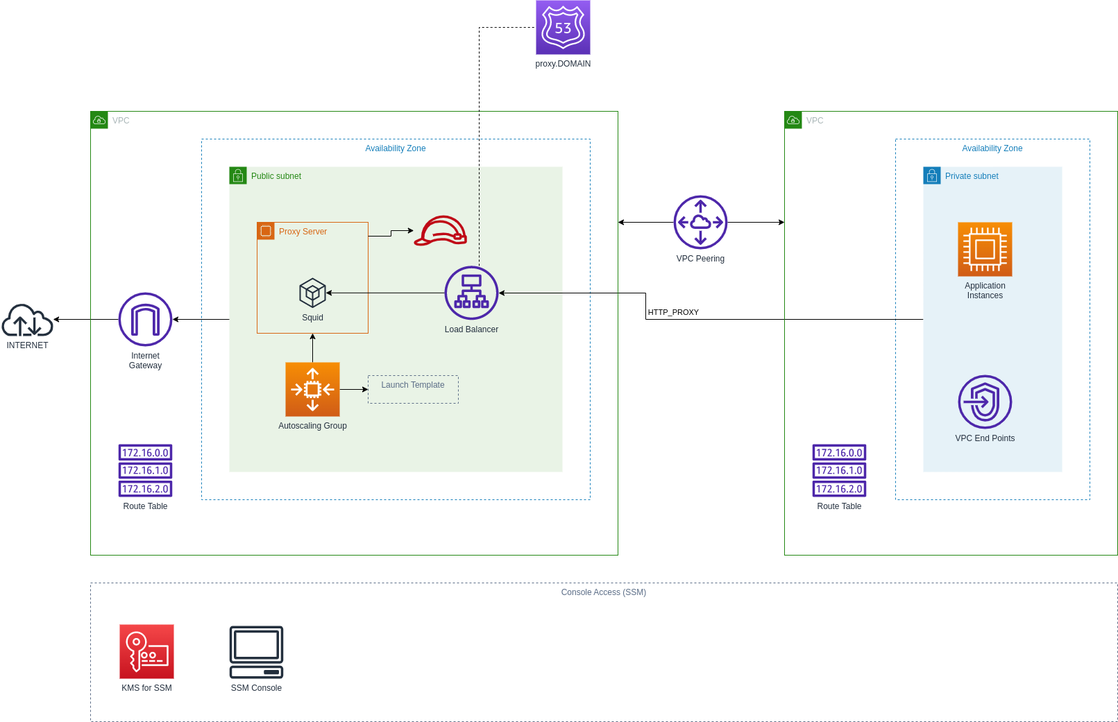
Earlier version of the draw.io export images/vpc_design.png (nicc777/exploring-aws-kinesis). Source tidied: cells renumbered, new cells last; positions are measured from the earlier drawing's top-left corner, leaving out a move shared by most shapes.
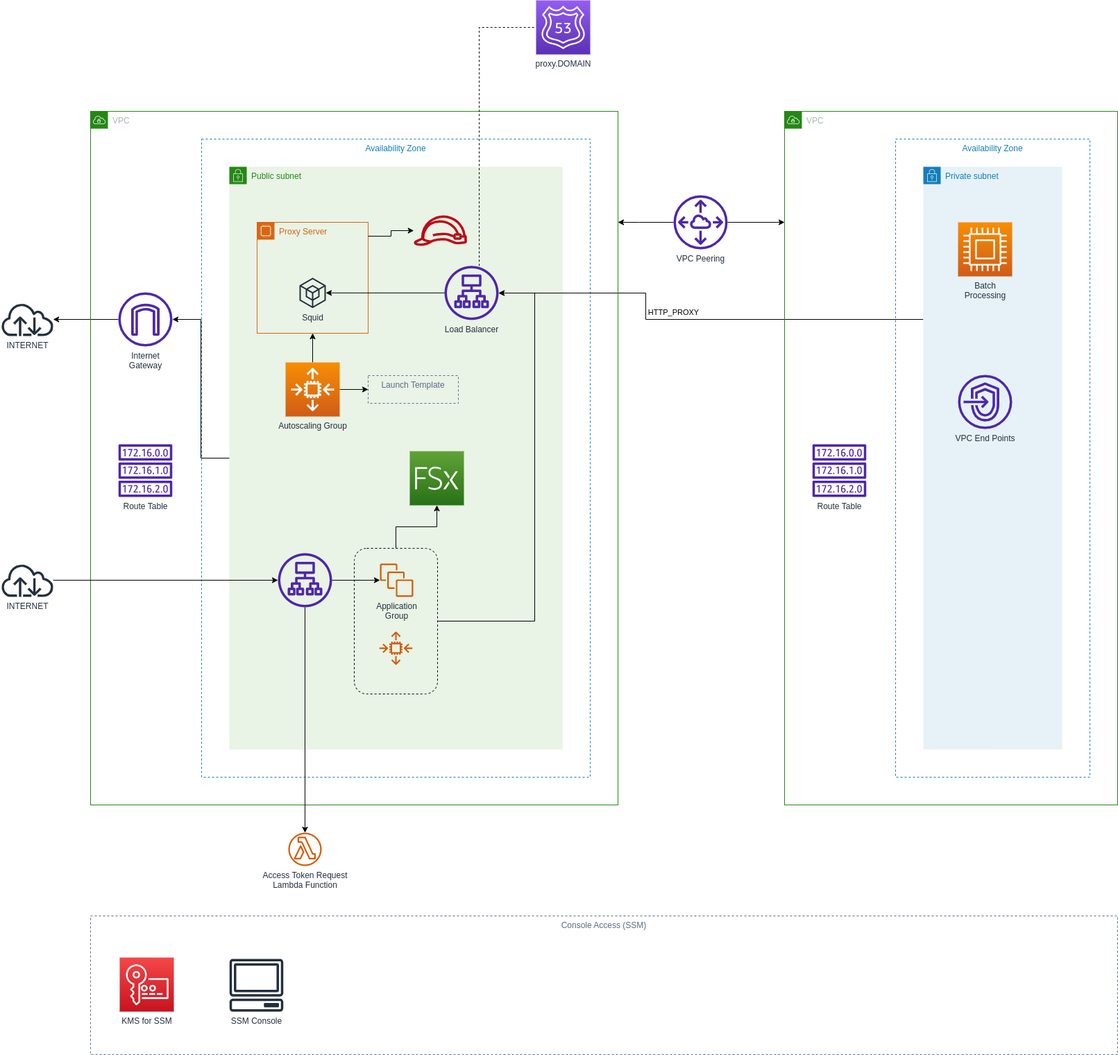
Later version of the same file.

The edit, as a diff of the source:
```diff
@@ -3,16 +3,16 @@
     <mxCell id="0" />
     <mxCell id="1" parent="0" />
     <mxCell id="2" value="Availability Zone" style="fillColor=none;strokeColor=#147EBA;dashed=1;verticalAlign=top;fontStyle=0;fontColor=#147EBA;" parent="1" vertex="1">
-      <mxGeometry x="1290" y="200" width="280" height="520" as="geometry" />
+      <mxGeometry x="1290" y="200" width="280" height="920" as="geometry" />
     </mxCell>
     <mxCell id="3" value="Security group" style="fillColor=none;strokeColor=#DD3522;verticalAlign=top;fontStyle=0;fontColor=#DD3522;" parent="1" vertex="1">
       <mxGeometry x="350" y="280" width="200" height="220" as="geometry" />
     </mxCell>
     <mxCell id="4" value="Availability Zone" style="fillColor=none;strokeColor=#147EBA;dashed=1;verticalAlign=top;fontStyle=0;fontColor=#147EBA;" parent="1" vertex="1">
-      <mxGeometry x="290" y="200" width="560" height="520" as="geometry" />
+      <mxGeometry x="290" y="200" width="560" height="920" as="geometry" />
     </mxCell>
     <mxCell id="5" value="Public subnet" style="points=[[0,0],[0.25,0],[0.5,0],[0.75,0],[1,0],[1,0.25],[1,0.5],[1,0.75],[1,1],[0.75,1],[0.5,1],[0.25,1],[0,1],[0,0.75],[0,0.5],[0,0.25]];outlineConnect=0;gradientColor=none;html=1;whiteSpace=wrap;fontSize=12;fontStyle=0;shape=mxgraph.aws4.group;grIcon=mxgraph.aws4.group_security_group;grStroke=0;strokeColor=#248814;fillColor=#E9F3E6;verticalAlign=top;align=left;spacingLeft=30;fontColor=#248814;dashed=0;" parent="1" vertex="1">
-      <mxGeometry x="330" y="240" width="480" height="440" as="geometry" />
+      <mxGeometry x="330" y="240" width="480" height="840" as="geometry" />
     </mxCell>
     <mxCell id="6" value="Proxy Server" style="points=[[0,0],[0.25,0],[0.5,0],[0.75,0],[1,0],[1,0.25],[1,0.5],[1,0.75],[1,1],[0.75,1],[0.5,1],[0.25,1],[0,1],[0,0.75],[0,0.5],[0,0.25]];outlineConnect=0;gradientColor=none;html=1;whiteSpace=wrap;fontSize=12;fontStyle=0;shape=mxgraph.aws4.group;grIcon=mxgraph.aws4.group_ec2_instance_contents;strokeColor=#D86613;fillColor=none;verticalAlign=top;align=left;spacingLeft=30;fontColor=#D86613;dashed=0;" parent="5" vertex="1">
       <mxGeometry x="40" y="80" width="160" height="160" as="geometry" />
@@ -46,7 +46,7 @@
     <mxCell id="14" style="edgeStyle=orthogonalEdgeStyle;rounded=0;jettySize=auto;html=1;" parent="1" edge="1" source="5" target="21">
       <mxGeometry relative="1" as="geometry" />
     </mxCell>
-    <mxCell id="15" value="HTTP_PROXY" style="edgeStyle=orthogonalEdgeStyle;rounded=0;jettySize=auto;html=1;" parent="1" edge="1" source="16" target="33">
+    <mxCell id="15" value="HTTP_PROXY" style="edgeStyle=orthogonalEdgeStyle;rounded=0;jettySize=auto;html=1;" parent="1" edge="1" source="16" target="35">
       <mxGeometry x="0.11" y="-10" relative="1" as="geometry">
         <Array as="points">
           <mxPoint x="930" y="460" />
@@ -55,13 +55,23 @@
       </mxGeometry>
     </mxCell>
     <mxCell id="16" value="Private subnet" style="points=[[0,0],[0.25,0],[0.5,0],[0.75,0],[1,0],[1,0.25],[1,0.5],[1,0.75],[1,1],[0.75,1],[0.5,1],[0.25,1],[0,1],[0,0.75],[0,0.5],[0,0.25]];outlineConnect=0;gradientColor=none;html=1;whiteSpace=wrap;fontSize=12;fontStyle=0;shape=mxgraph.aws4.group;grIcon=mxgraph.aws4.group_security_group;grStroke=0;strokeColor=#147EBA;fillColor=#E6F2F8;verticalAlign=top;align=left;spacingLeft=30;fontColor=#147EBA;dashed=0;" parent="1" vertex="1">
-      <mxGeometry x="1330" y="240" width="200" height="440" as="geometry" />
+      <mxGeometry x="1330" y="240" width="200" height="840" as="geometry" />
     </mxCell>
-    <mxCell id="17" style="edgeStyle=orthogonalEdgeStyle;rounded=0;jettySize=auto;html=1;entryX=1;entryY=0.25;entryDx=0;entryDy=0;" parent="1" edge="1" source="19" target="25">
-      <mxGeometry relative="1" as="geometry" />
+    <mxCell id="17" style="edgeStyle=orthogonalEdgeStyle;rounded=0;jettySize=auto;html=1;" parent="1" edge="1" source="19" target="25">
+      <mxGeometry relative="1" as="geometry">
+        <Array as="points">
+          <mxPoint x="920" y="320" />
+          <mxPoint x="920" y="320" />
+        </Array>
+      </mxGeometry>
     </mxCell>
-    <mxCell id="18" style="edgeStyle=orthogonalEdgeStyle;rounded=0;jettySize=auto;html=1;entryX=0;entryY=0.25;entryDx=0;entryDy=0;" parent="1" edge="1" source="19" target="26">
-      <mxGeometry relative="1" as="geometry" />
+    <mxCell id="18" style="edgeStyle=orthogonalEdgeStyle;rounded=0;jettySize=auto;html=1;" parent="1" edge="1" source="19" target="28">
+      <mxGeometry relative="1" as="geometry">
+        <Array as="points">
+          <mxPoint x="1140" y="320" />
+          <mxPoint x="1140" y="320" />
+        </Array>
+      </mxGeometry>
     </mxCell>
     <mxCell id="19" value="VPC Peering" style="sketch=0;outlineConnect=0;fontColor=#232F3E;gradientColor=none;fillColor=#4D27AA;strokeColor=none;dashed=0;verticalLabelPosition=bottom;verticalAlign=top;align=center;html=1;fontSize=12;fontStyle=0;shape=mxgraph.aws4.peering;" parent="1" vertex="1">
       <mxGeometry x="970" y="281" width="78" height="78" as="geometry" />
@@ -82,41 +92,82 @@
       <mxGeometry y="436" width="78" height="48" as="geometry" />
     </mxCell>
     <mxCell id="25" value="VPC" style="points=[[0,0],[0.25,0],[0.5,0],[0.75,0],[1,0],[1,0.25],[1,0.5],[1,0.75],[1,1],[0.75,1],[0.5,1],[0.25,1],[0,1],[0,0.75],[0,0.5],[0,0.25]];outlineConnect=0;gradientColor=none;html=1;whiteSpace=wrap;fontSize=12;fontStyle=0;shape=mxgraph.aws4.group;grIcon=mxgraph.aws4.group_vpc;strokeColor=#248814;fillColor=none;verticalAlign=top;align=left;spacingLeft=30;fontColor=#AAB7B8;dashed=0;" parent="1" vertex="1">
-      <mxGeometry x="130" y="160" width="760" height="640" as="geometry" />
+      <mxGeometry x="130" y="160" width="760" height="1000" as="geometry" />
     </mxCell>
-    <mxCell id="26" value="VPC" style="points=[[0,0],[0.25,0],[0.5,0],[0.75,0],[1,0],[1,0.25],[1,0.5],[1,0.75],[1,1],[0.75,1],[0.5,1],[0.25,1],[0,1],[0,0.75],[0,0.5],[0,0.25]];outlineConnect=0;gradientColor=none;html=1;whiteSpace=wrap;fontSize=12;fontStyle=0;shape=mxgraph.aws4.group;grIcon=mxgraph.aws4.group_vpc;strokeColor=#248814;fillColor=none;verticalAlign=top;align=left;spacingLeft=30;fontColor=#AAB7B8;dashed=0;" parent="1" vertex="1">
-      <mxGeometry x="1130" y="160" width="480" height="640" as="geometry" />
+    <mxCell id="26" style="sketch=0;outlineConnect=0;fontColor=#232F3E;gradientColor=none;fillColor=#D45B07;strokeColor=none;dashed=0;verticalLabelPosition=bottom;verticalAlign=top;align=center;html=1;fontSize=12;fontStyle=0;shape=mxgraph.aws4.auto_scaling2;" parent="25" vertex="1">
+      <mxGeometry x="416" y="750" width="48" height="48" as="geometry" />
     </mxCell>
-    <mxCell id="27" value="KMS for SSM" style="sketch=0;points=[[0,0,0],[0.25,0,0],[0.5,0,0],[0.75,0,0],[1,0,0],[0,1,0],[0.25,1,0],[0.5,1,0],[0.75,1,0],[1,1,0],[0,0.25,0],[0,0.5,0],[0,0.75,0],[1,0.25,0],[1,0.5,0],[1,0.75,0]];outlineConnect=0;fontColor=#232F3E;gradientColor=#F54749;gradientDirection=north;fillColor=#C7131F;strokeColor=#ffffff;dashed=0;verticalLabelPosition=bottom;verticalAlign=top;align=center;html=1;fontSize=12;fontStyle=0;shape=mxgraph.aws4.resourceIcon;resIcon=mxgraph.aws4.key_management_service;" parent="1" vertex="1">
-      <mxGeometry x="172" y="900" width="78" height="78" as="geometry" />
+    <mxCell id="27" style="rounded=1;whiteSpace=wrap;html=1;fillColor=none;dashed=1;" parent="25" vertex="1">
+      <mxGeometry x="380" y="630" width="120" height="210" as="geometry" />
     </mxCell>
-    <mxCell id="28" value="SSM Console" style="sketch=0;outlineConnect=0;fontColor=#232F3E;gradientColor=none;fillColor=#232F3D;strokeColor=none;dashed=0;verticalLabelPosition=bottom;verticalAlign=top;align=center;html=1;fontSize=12;fontStyle=0;shape=mxgraph.aws4.client;" parent="1" vertex="1">
-      <mxGeometry x="330" y="902" width="78" height="76" as="geometry" />
+    <mxCell id="28" value="VPC" style="points=[[0,0],[0.25,0],[0.5,0],[0.75,0],[1,0],[1,0.25],[1,0.5],[1,0.75],[1,1],[0.75,1],[0.5,1],[0.25,1],[0,1],[0,0.75],[0,0.5],[0,0.25]];outlineConnect=0;gradientColor=none;html=1;whiteSpace=wrap;fontSize=12;fontStyle=0;shape=mxgraph.aws4.group;grIcon=mxgraph.aws4.group_vpc;strokeColor=#248814;fillColor=none;verticalAlign=top;align=left;spacingLeft=30;fontColor=#AAB7B8;dashed=0;" parent="1" vertex="1">
+      <mxGeometry x="1130" y="160" width="480" height="1000" as="geometry" />
     </mxCell>
-    <mxCell id="29" value="Console Access (SSM)" style="fillColor=none;strokeColor=#5A6C86;dashed=1;verticalAlign=top;fontStyle=0;fontColor=#5A6C86;" parent="1" vertex="1">
-      <mxGeometry x="130" y="840" width="1480" height="200" as="geometry" />
+    <mxCell id="29" value="KMS for SSM" style="sketch=0;fontColor=#232F3E;gradientColor=#F54749;gradientDirection=north;fillColor=#C7131F;strokeColor=#ffffff;dashed=0;verticalLabelPosition=bottom;verticalAlign=top;align=center;html=1;fontSize=12;fontStyle=0;shape=mxgraph.aws4.resourceIcon;resIcon=mxgraph.aws4.key_management_service;" parent="1" vertex="1">
+      <mxGeometry x="172" y="1380" width="78" height="78" as="geometry" />
     </mxCell>
-    <mxCell id="30" value="Application&lt;br&gt;Instances" style="sketch=0;fontColor=#232F3E;gradientColor=#F78E04;gradientDirection=north;fillColor=#D05C17;strokeColor=#ffffff;dashed=0;verticalLabelPosition=bottom;verticalAlign=top;align=center;html=1;fontSize=12;fontStyle=0;shape=mxgraph.aws4.resourceIcon;resIcon=mxgraph.aws4.compute;" parent="1" vertex="1">
-      <mxGeometry x="1380" y="320" width="78" height="78" as="geometry" />
+    <mxCell id="30" value="SSM Console" style="sketch=0;fontColor=#232F3E;gradientColor=none;fillColor=#232F3D;strokeColor=none;dashed=0;verticalLabelPosition=bottom;verticalAlign=top;align=center;html=1;fontSize=12;fontStyle=0;shape=mxgraph.aws4.client;" parent="1" vertex="1">
+      <mxGeometry x="330" y="1382" width="78" height="76" as="geometry" />
     </mxCell>
-    <mxCell id="31" style="edgeStyle=orthogonalEdgeStyle;rounded=0;jettySize=auto;html=1;" parent="1" edge="1" source="33" target="7">
-      <mxGeometry relative="1" as="geometry" />
+    <mxCell id="31" value="Console Access (SSM)" style="fillColor=none;strokeColor=#5A6C86;dashed=1;verticalAlign=top;fontStyle=0;fontColor=#5A6C86;" parent="1" vertex="1">
+      <mxGeometry x="130" y="1320" width="1480" height="200" as="geometry" />
     </mxCell>
-    <mxCell id="32" style="edgeStyle=orthogonalEdgeStyle;rounded=0;jettySize=auto;html=1;entryX=0;entryY=0.5;entryDx=0;entryDy=0;entryPerimeter=0;endArrow=none;endFill=0;dashed=1;" parent="1" edge="1" source="33" target="34">
-      <mxGeometry relative="1" as="geometry">
-        <Array as="points">
-          <mxPoint x="690" y="39" />
-        </Array>
-      </mxGeometry>
+    <mxCell id="32" value="Batch&lt;br&gt;Processing" style="sketch=0;fontColor=#232F3E;gradientColor=#F78E04;gradientDirection=north;fillColor=#D05C17;strokeColor=#ffffff;dashed=0;verticalLabelPosition=bottom;verticalAlign=top;align=center;html=1;fontSize=12;fontStyle=0;shape=mxgraph.aws4.resourceIcon;resIcon=mxgraph.aws4.compute;" parent="1" vertex="1">
+      <mxGeometry x="1380" y="320" width="78" height="78" as="geometry" />
     </mxCell>
-    <mxCell id="33" value="Load Balancer" style="sketch=0;outlineConnect=0;fontColor=#232F3E;gradientColor=none;fillColor=#4D27AA;strokeColor=none;dashed=0;verticalLabelPosition=bottom;verticalAlign=top;align=center;html=1;fontSize=12;fontStyle=0;shape=mxgraph.aws4.application_load_balancer;" parent="1" vertex="1">
-      <mxGeometry x="640" y="382.8" width="78" height="78" as="geometry" />
+    <mxCell id="33" style="edgeStyle=orthogonalEdgeStyle;rounded=0;jettySize=auto;html=1;" parent="1" edge="1" source="35" target="7">
+      <mxGeometry relative="1" as="geometry" />
     </mxCell>
-    <mxCell id="34" value="proxy.DOMAIN" style="sketch=0;points=[[0,0,0],[0.25,0,0],[0.5,0,0],[0.75,0,0],[1,0,0],[0,1,0],[0.25,1,0],[0.5,1,0],[0.75,1,0],[1,1,0],[0,0.25,0],[0,0.5,0],[0,0.75,0],[1,0.25,0],[1,0.5,0],[1,0.75,0]];outlineConnect=0;fontColor=#232F3E;gradientColor=#945DF2;gradientDirection=north;fillColor=#5A30B5;strokeColor=#ffffff;dashed=0;verticalLabelPosition=bottom;verticalAlign=top;align=center;html=1;fontSize=12;fontStyle=0;shape=mxgraph.aws4.resourceIcon;resIcon=mxgraph.aws4.route_53;" parent="1" vertex="1">
-      <mxGeometry x="772" width="78" height="78" as="geometry" />
+    <mxCell id="34" style="edgeStyle=orthogonalEdgeStyle;rounded=0;jettySize=auto;html=1;entryX=0;entryY=0.5;entryDx=0;entryDy=0;entryPerimeter=0;endArrow=none;endFill=0;dashed=1;" parent="1" edge="1" source="35" target="36">
+      <mxGeometry relative="1" as="geometry">
+        <Array as="points">
+          <mxPoint x="690" y="39" />
+        </Array>
+      </mxGeometry>
     </mxCell>
-    <mxCell id="35" value="VPC End Points" style="sketch=0;outlineConnect=0;fontColor=#232F3E;gradientColor=none;fillColor=#4D27AA;strokeColor=none;dashed=0;verticalLabelPosition=bottom;verticalAlign=top;align=center;html=1;fontSize=12;fontStyle=0;shape=mxgraph.aws4.endpoints;" parent="1" vertex="1">
-      <mxGeometry x="1380" y="540" width="78" height="78" as="geometry" />
+    <mxCell id="35" value="Load Balancer" style="sketch=0;outlineConnect=0;fontColor=#232F3E;gradientColor=none;fillColor=#4D27AA;strokeColor=none;dashed=0;verticalLabelPosition=bottom;verticalAlign=top;align=center;html=1;fontSize=12;fontStyle=0;shape=mxgraph.aws4.application_load_balancer;" parent="1" vertex="1">
+      <mxGeometry x="640" y="382.8" width="78" height="78" as="geometry" />
     </mxCell>
+    <mxCell id="36" value="proxy.DOMAIN" style="sketch=0;points=[[0,0,0],[0.25,0,0],[0.5,0,0],[0.75,0,0],[1,0,0],[0,1,0],[0.25,1,0],[0.5,1,0],[0.75,1,0],[1,1,0],[0,0.25,0],[0,0.5,0],[0,0.75,0],[1,0.25,0],[1,0.5,0],[1,0.75,0]];outlineConnect=0;fontColor=#232F3E;gradientColor=#945DF2;gradientDirection=north;fillColor=#5A30B5;strokeColor=#ffffff;dashed=0;verticalLabelPosition=bottom;verticalAlign=top;align=center;html=1;fontSize=12;fontStyle=0;shape=mxgraph.aws4.resourceIcon;resIcon=mxgraph.aws4.route_53;" parent="1" vertex="1">
+      <mxGeometry x="772" width="78" height="78" as="geometry" />
+    </mxCell>
+    <mxCell id="37" value="VPC End Points" style="sketch=0;fontColor=#232F3E;gradientColor=none;fillColor=#4D27AA;strokeColor=none;dashed=0;verticalLabelPosition=bottom;verticalAlign=top;align=center;html=1;fontSize=12;fontStyle=0;shape=mxgraph.aws4.endpoints;" parent="1" vertex="1">
+      <mxGeometry x="1380" y="540" width="78" height="78" as="geometry" />
+    </mxCell>
+    <mxCell id="38" style="sketch=0;points=[[0,0,0],[0.25,0,0],[0.5,0,0],[0.75,0,0],[1,0,0],[0,1,0],[0.25,1,0],[0.5,1,0],[0.75,1,0],[1,1,0],[0,0.25,0],[0,0.5,0],[0,0.75,0],[1,0.25,0],[1,0.5,0],[1,0.75,0]];outlineConnect=0;fontColor=#232F3E;gradientColor=#60A337;gradientDirection=north;fillColor=#277116;strokeColor=#ffffff;dashed=0;verticalLabelPosition=bottom;verticalAlign=top;align=center;html=1;fontSize=12;fontStyle=0;shape=mxgraph.aws4.resourceIcon;resIcon=mxgraph.aws4.fsx;" parent="1" vertex="1">
+      <mxGeometry x="590" y="650" width="78" height="78" as="geometry" />
+    </mxCell>
+    <mxCell id="39" value="Application&lt;br&gt;Group" style="sketch=0;outlineConnect=0;fontColor=#232F3E;gradientColor=none;fillColor=#D45B07;strokeColor=none;dashed=0;verticalLabelPosition=bottom;verticalAlign=top;align=center;html=1;fontSize=12;fontStyle=0;shape=mxgraph.aws4.instances;" parent="1" vertex="1">
+      <mxGeometry x="547" y="812" width="48" height="48" as="geometry" />
+    </mxCell>
+    <mxCell id="40" style="edgeStyle=orthogonalEdgeStyle;rounded=0;jettySize=auto;html=1;" parent="1" edge="1" source="42" target="39">
+      <mxGeometry relative="1" as="geometry" />
+    </mxCell>
+    <mxCell id="41" style="edgeStyle=orthogonalEdgeStyle;rounded=0;jettySize=auto;html=1;" parent="1" edge="1" source="42" target="46">
+      <mxGeometry relative="1" as="geometry" />
+    </mxCell>
+    <mxCell id="42" style="sketch=0;outlineConnect=0;fontColor=#232F3E;gradientColor=none;fillColor=#4D27AA;strokeColor=none;dashed=0;verticalLabelPosition=bottom;verticalAlign=top;align=center;html=1;fontSize=12;fontStyle=0;shape=mxgraph.aws4.application_load_balancer;" parent="1" vertex="1">
+      <mxGeometry x="400" y="797" width="78" height="78" as="geometry" />
+    </mxCell>
+    <mxCell id="43" style="edgeStyle=orthogonalEdgeStyle;rounded=0;jettySize=auto;html=1;" parent="1" edge="1" source="44" target="42">
+      <mxGeometry relative="1" as="geometry" />
+    </mxCell>
+    <mxCell id="44" value="INTERNET" style="sketch=0;outlineConnect=0;fontColor=#232F3E;gradientColor=none;fillColor=#232F3D;strokeColor=none;dashed=0;verticalLabelPosition=bottom;verticalAlign=top;align=center;html=1;fontSize=12;fontStyle=0;shape=mxgraph.aws4.internet;" parent="1" vertex="1">
+      <mxGeometry y="812" width="78" height="48" as="geometry" />
+    </mxCell>
+    <mxCell id="45" style="edgeStyle=orthogonalEdgeStyle;rounded=0;jettySize=auto;html=1;" parent="1" edge="1" source="27" target="35">
+      <mxGeometry relative="1" as="geometry">
+        <Array as="points">
+          <mxPoint x="770" y="895" />
+          <mxPoint x="770" y="422" />
+        </Array>
+      </mxGeometry>
+    </mxCell>
+    <mxCell id="46" value="&lt;div&gt;Access Token Request&lt;/div&gt;&lt;div&gt;Lambda Function&lt;/div&gt;" style="sketch=0;outlineConnect=0;fontColor=#232F3E;gradientColor=none;fillColor=#D45B07;strokeColor=none;dashed=0;verticalLabelPosition=bottom;verticalAlign=top;align=center;html=1;fontSize=12;fontStyle=0;shape=mxgraph.aws4.lambda_function;" parent="1" vertex="1">
+      <mxGeometry x="415" y="1200" width="48" height="48" as="geometry" />
+    </mxCell>
+    <mxCell id="47" style="edgeStyle=orthogonalEdgeStyle;rounded=0;jettySize=auto;html=1;entryX=0.5;entryY=1;entryDx=0;entryDy=0;entryPerimeter=0;" parent="1" edge="1" source="27" target="38">
+      <mxGeometry relative="1" as="geometry" />
+    </mxCell>
   </root>
 </mxGraphModel>
```
